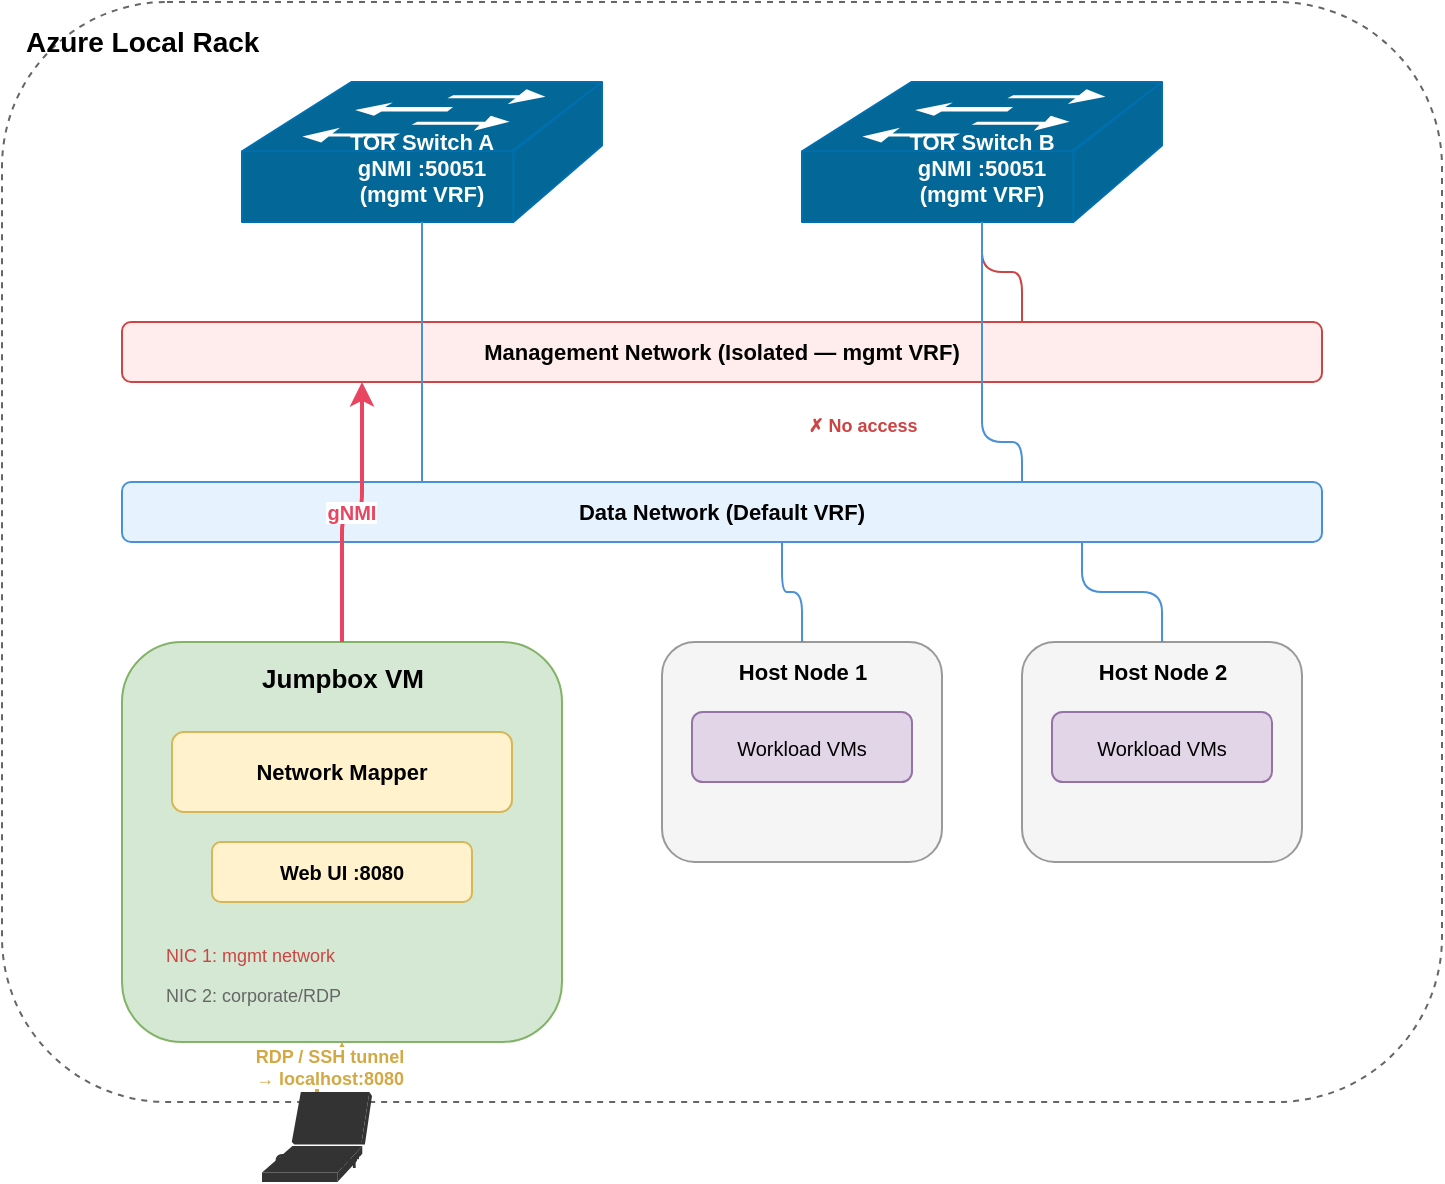
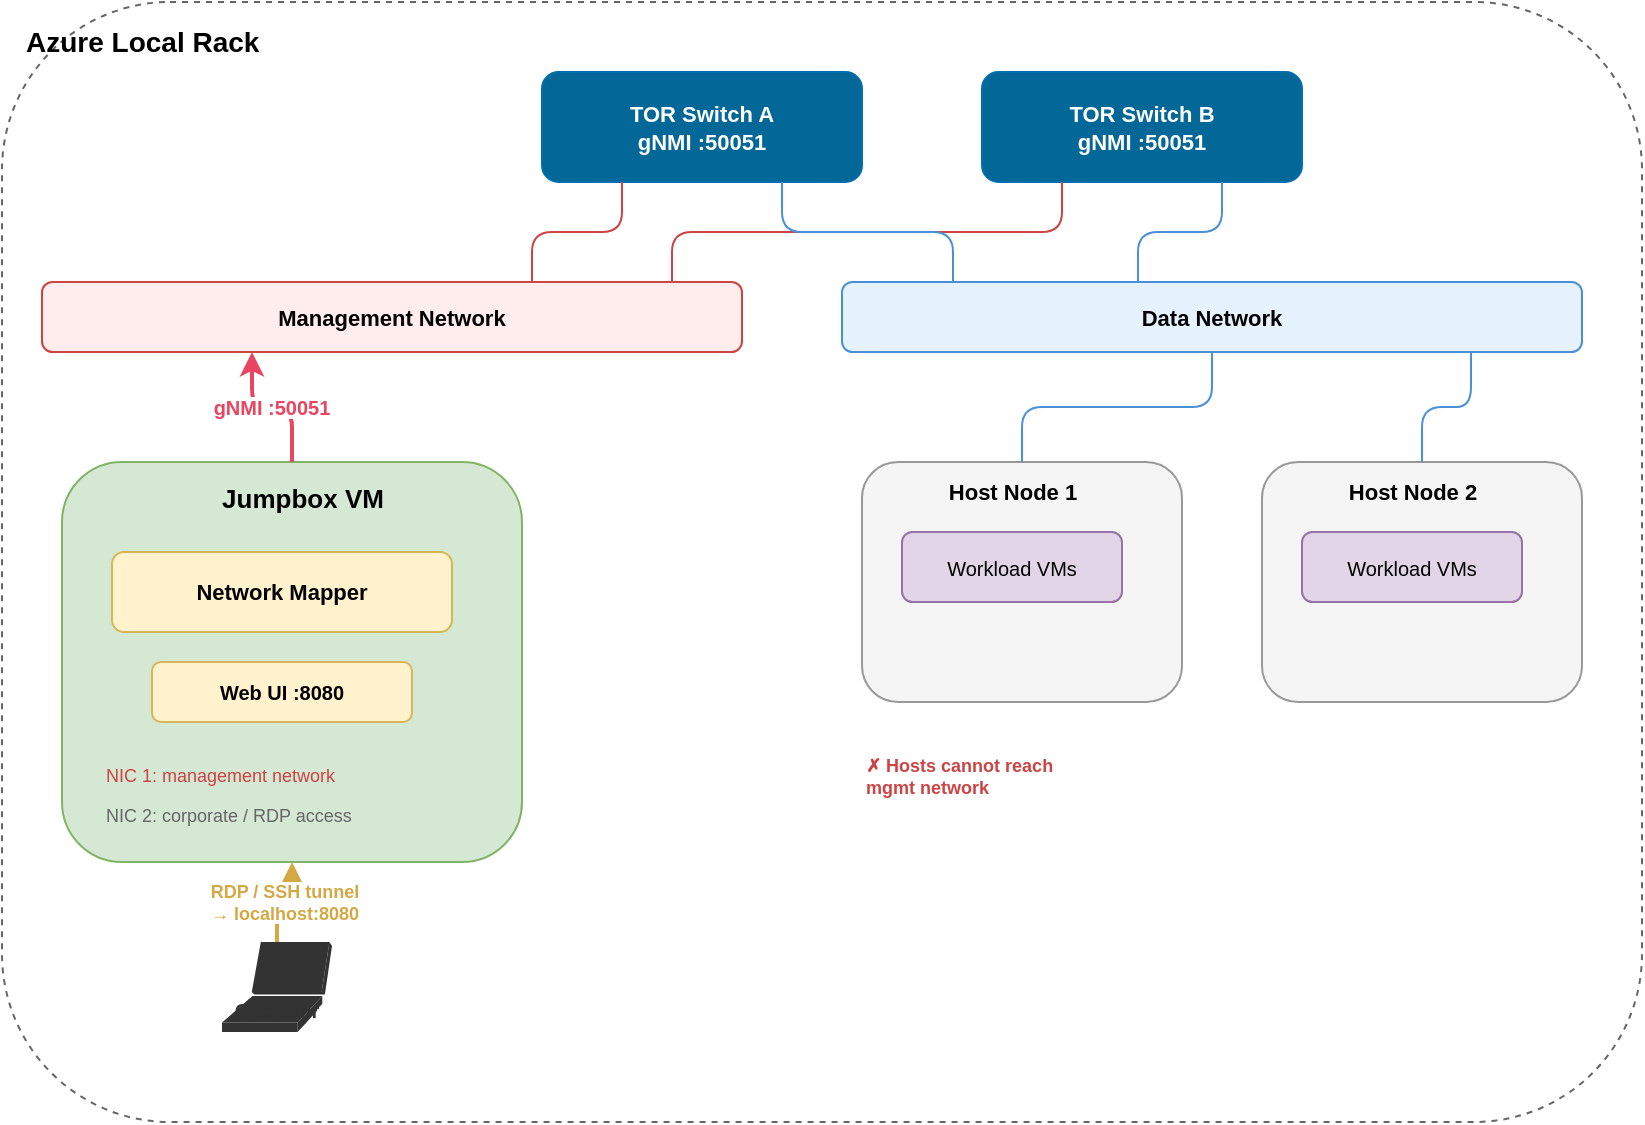
<mxGraphModel>
  <root>
    <mxCell id="0"/>
    <mxCell id="1" parent="0"/>

    <!-- Rack boundary -->
    <mxCell id="2" value="Azure Local Rack" style="rounded=1;whiteSpace=wrap;html=1;fillColor=none;strokeColor=#666666;dashed=1;fontSize=14;fontStyle=1;verticalAlign=top;align=left;spacingLeft=10;spacingTop=5;" vertex="1" parent="1">
-       <mxGeometry x="40" y="30" width="720" height="550" as="geometry"/>
+       <mxGeometry x="40" y="30" width="820" height="560" as="geometry"/>
    </mxCell>

    <!-- TOR Switch A -->
-     <mxCell id="3" value="TOR Switch A&#xa;gNMI :50051&#xa;(mgmt VRF)" style="shape=mxgraph.cisco.switches.workgroup_switch;sketch=0;fillColor=#036897;fontColor=#ffffff;strokeColor=#006EAF;fontSize=11;fontStyle=1;align=center;verticalAlign=bottom;spacingBottom=5;" vertex="1" parent="1">
-       <mxGeometry x="160" y="70" width="180" height="70" as="geometry"/>
+     <mxCell id="3" value="TOR Switch A&#xa;gNMI :50051" style="rounded=1;whiteSpace=wrap;html=1;fillColor=#036897;fontColor=#ffffff;strokeColor=#006EAF;fontSize=11;fontStyle=1;" vertex="1" parent="1">
+       <mxGeometry x="310" y="65" width="160" height="55" as="geometry"/>
    </mxCell>

    <!-- TOR Switch B -->
-     <mxCell id="4" value="TOR Switch B&#xa;gNMI :50051&#xa;(mgmt VRF)" style="shape=mxgraph.cisco.switches.workgroup_switch;sketch=0;fillColor=#036897;fontColor=#ffffff;strokeColor=#006EAF;fontSize=11;fontStyle=1;align=center;verticalAlign=bottom;spacingBottom=5;" vertex="1" parent="1">
-       <mxGeometry x="440" y="70" width="180" height="70" as="geometry"/>
+     <mxCell id="4" value="TOR Switch B&#xa;gNMI :50051" style="rounded=1;whiteSpace=wrap;html=1;fillColor=#036897;fontColor=#ffffff;strokeColor=#006EAF;fontSize=11;fontStyle=1;" vertex="1" parent="1">
+       <mxGeometry x="530" y="65" width="160" height="55" as="geometry"/>
    </mxCell>

-     <!-- Management Network -->
-     <mxCell id="5" value="Management Network (Isolated — mgmt VRF)" style="rounded=1;whiteSpace=wrap;html=1;fillColor=#FFECEC;strokeColor=#CC4444;fontSize=11;fontStyle=1;" vertex="1" parent="1">
-       <mxGeometry x="100" y="190" width="600" height="30" as="geometry"/>
+     <!-- Management Network (left side) -->
+     <mxCell id="5" value="Management Network" style="rounded=1;whiteSpace=wrap;html=1;fillColor=#FFECEC;strokeColor=#CC4444;fontSize=11;fontStyle=1;" vertex="1" parent="1">
+       <mxGeometry x="60" y="170" width="350" height="35" as="geometry"/>
    </mxCell>

-     <!-- Data Network -->
-     <mxCell id="6" value="Data Network (Default VRF)" style="rounded=1;whiteSpace=wrap;html=1;fillColor=#E6F3FF;strokeColor=#4A90D9;fontSize=11;fontStyle=1;" vertex="1" parent="1">
-       <mxGeometry x="100" y="270" width="600" height="30" as="geometry"/>
+     <!-- Data Network (right side) -->
+     <mxCell id="6" value="Data Network" style="rounded=1;whiteSpace=wrap;html=1;fillColor=#E6F3FF;strokeColor=#4A90D9;fontSize=11;fontStyle=1;" vertex="1" parent="1">
+       <mxGeometry x="460" y="170" width="370" height="35" as="geometry"/>
    </mxCell>

-     <!-- Jumpbox VM -->
+     <!-- Jumpbox VM (left, on mgmt network) -->
    <mxCell id="7" value="" style="rounded=1;whiteSpace=wrap;html=1;fillColor=#d5e8d4;strokeColor=#82b366;fontSize=10;" vertex="1" parent="1">
-       <mxGeometry x="100" y="350" width="220" height="200" as="geometry"/>
+       <mxGeometry x="70" y="260" width="230" height="200" as="geometry"/>
    </mxCell>
    <mxCell id="8" value="Jumpbox VM" style="text;html=1;align=center;verticalAlign=middle;fontSize=13;fontStyle=1;" vertex="1" parent="1">
-       <mxGeometry x="150" y="355" width="120" height="25" as="geometry"/>
+       <mxGeometry x="130" y="265" width="120" height="25" as="geometry"/>
    </mxCell>

    <!-- Network Mapper process -->
    <mxCell id="9" value="Network Mapper" style="rounded=1;whiteSpace=wrap;html=1;fillColor=#fff2cc;strokeColor=#d6b656;fontSize=11;fontStyle=1;" vertex="1" parent="1">
-       <mxGeometry x="125" y="395" width="170" height="40" as="geometry"/>
+       <mxGeometry x="95" y="305" width="170" height="40" as="geometry"/>
    </mxCell>

    <!-- Web UI -->
    <mxCell id="10" value="Web UI :8080" style="rounded=1;whiteSpace=wrap;html=1;fillColor=#fff2cc;strokeColor=#d6b656;fontSize=10;fontStyle=1;" vertex="1" parent="1">
-       <mxGeometry x="145" y="450" width="130" height="30" as="geometry"/>
+       <mxGeometry x="115" y="360" width="130" height="30" as="geometry"/>
    </mxCell>

    <!-- NIC labels on jumpbox -->
-     <mxCell id="11" value="NIC 1: mgmt network" style="text;html=1;align=left;fontSize=9;fontColor=#CC4444;" vertex="1" parent="1">
-       <mxGeometry x="120" y="495" width="130" height="15" as="geometry"/>
+     <mxCell id="11" value="NIC 1: management network" style="text;html=1;align=left;fontSize=9;fontColor=#CC4444;" vertex="1" parent="1">
+       <mxGeometry x="90" y="405" width="160" height="15" as="geometry"/>
    </mxCell>
-     <mxCell id="12" value="NIC 2: corporate/RDP" style="text;html=1;align=left;fontSize=9;fontColor=#666666;" vertex="1" parent="1">
-       <mxGeometry x="120" y="515" width="130" height="15" as="geometry"/>
+     <mxCell id="12" value="NIC 2: corporate / RDP access" style="text;html=1;align=left;fontSize=9;fontColor=#666666;" vertex="1" parent="1">
+       <mxGeometry x="90" y="425" width="170" height="15" as="geometry"/>
    </mxCell>

-     <!-- Host Nodes (on data network only) -->
+     <!-- Host Nodes (right, on data network) -->
    <mxCell id="13" value="" style="rounded=1;whiteSpace=wrap;html=1;fillColor=#f5f5f5;strokeColor=#999999;fontSize=10;" vertex="1" parent="1">
-       <mxGeometry x="370" y="350" width="140" height="110" as="geometry"/>
+       <mxGeometry x="470" y="260" width="160" height="120" as="geometry"/>
    </mxCell>
    <mxCell id="14" value="Host Node 1" style="text;html=1;align=center;verticalAlign=middle;fontSize=11;fontStyle=1;" vertex="1" parent="1">
-       <mxGeometry x="380" y="355" width="120" height="20" as="geometry"/>
+       <mxGeometry x="480" y="265" width="130" height="20" as="geometry"/>
    </mxCell>
    <mxCell id="15" value="Workload VMs" style="rounded=1;whiteSpace=wrap;html=1;fillColor=#e1d5e7;strokeColor=#9673a6;fontSize=10;" vertex="1" parent="1">
-       <mxGeometry x="385" y="385" width="110" height="35" as="geometry"/>
+       <mxGeometry x="490" y="295" width="110" height="35" as="geometry"/>
    </mxCell>

    <mxCell id="16" value="" style="rounded=1;whiteSpace=wrap;html=1;fillColor=#f5f5f5;strokeColor=#999999;fontSize=10;" vertex="1" parent="1">
-       <mxGeometry x="550" y="350" width="140" height="110" as="geometry"/>
+       <mxGeometry x="670" y="260" width="160" height="120" as="geometry"/>
    </mxCell>
    <mxCell id="17" value="Host Node 2" style="text;html=1;align=center;verticalAlign=middle;fontSize=11;fontStyle=1;" vertex="1" parent="1">
-       <mxGeometry x="560" y="355" width="120" height="20" as="geometry"/>
+       <mxGeometry x="680" y="265" width="130" height="20" as="geometry"/>
    </mxCell>
    <mxCell id="18" value="Workload VMs" style="rounded=1;whiteSpace=wrap;html=1;fillColor=#e1d5e7;strokeColor=#9673a6;fontSize=10;" vertex="1" parent="1">
-       <mxGeometry x="565" y="385" width="110" height="35" as="geometry"/>
+       <mxGeometry x="690" y="295" width="110" height="35" as="geometry"/>
    </mxCell>

-     <!-- Switches to mgmt network -->
-     <mxCell id="19" value="" style="edgeStyle=orthogonalEdgeStyle;rounded=1;strokeColor=#CC4444;strokeWidth=1;exitX=0.5;exitY=1;entryX=0.25;entryY=0;endArrow=none;" edge="1" parent="1" source="3" target="5">
+     <!-- Switch A to mgmt network -->
+     <mxCell id="19" value="" style="edgeStyle=orthogonalEdgeStyle;rounded=1;strokeColor=#CC4444;strokeWidth=1;exitX=0.25;exitY=1;entryX=0.7;entryY=0;endArrow=none;" edge="1" parent="1" source="3" target="5">
      <mxGeometry relative="1" as="geometry"/>
    </mxCell>
-     <mxCell id="20" value="" style="edgeStyle=orthogonalEdgeStyle;rounded=1;strokeColor=#CC4444;strokeWidth=1;exitX=0.5;exitY=1;entryX=0.75;entryY=0;endArrow=none;" edge="1" parent="1" source="4" target="5">
+     <!-- Switch B to mgmt network -->
+     <mxCell id="20" value="" style="edgeStyle=orthogonalEdgeStyle;rounded=1;strokeColor=#CC4444;strokeWidth=1;exitX=0.25;exitY=1;entryX=0.9;entryY=0;endArrow=none;" edge="1" parent="1" source="4" target="5">
      <mxGeometry relative="1" as="geometry"/>
    </mxCell>

-     <!-- Switches to data network -->
-     <mxCell id="21" value="" style="edgeStyle=orthogonalEdgeStyle;rounded=1;strokeColor=#4A90D9;strokeWidth=1;exitX=0.5;exitY=1;entryX=0.25;entryY=0;endArrow=none;" edge="1" parent="1" source="3" target="6">
-       <mxGeometry relative="1" as="geometry">
-         <Array as="points">
-           <mxPoint x="250" y="250"/>
-           <mxPoint x="250" y="250"/>
-         </Array>
-       </mxGeometry>
+     <!-- Switch A to data network -->
+     <mxCell id="21" value="" style="edgeStyle=orthogonalEdgeStyle;rounded=1;strokeColor=#4A90D9;strokeWidth=1;exitX=0.75;exitY=1;entryX=0.15;entryY=0;endArrow=none;" edge="1" parent="1" source="3" target="6">
+       <mxGeometry relative="1" as="geometry"/>
    </mxCell>
-     <mxCell id="22" value="" style="edgeStyle=orthogonalEdgeStyle;rounded=1;strokeColor=#4A90D9;strokeWidth=1;exitX=0.5;exitY=1;entryX=0.75;entryY=0;endArrow=none;" edge="1" parent="1" source="4" target="6">
-       <mxGeometry relative="1" as="geometry">
-         <Array as="points">
-           <mxPoint x="530" y="250"/>
-           <mxPoint x="550" y="250"/>
-         </Array>
-       </mxGeometry>
+     <!-- Switch B to data network -->
+     <mxCell id="22" value="" style="edgeStyle=orthogonalEdgeStyle;rounded=1;strokeColor=#4A90D9;strokeWidth=1;exitX=0.75;exitY=1;entryX=0.4;entryY=0;endArrow=none;" edge="1" parent="1" source="4" target="6">
+       <mxGeometry relative="1" as="geometry"/>
    </mxCell>

-     <!-- Jumpbox to mgmt network -->
-     <mxCell id="23" value="gNMI" style="edgeStyle=orthogonalEdgeStyle;rounded=1;strokeColor=#E94560;strokeWidth=2;fontSize=10;fontStyle=1;fontColor=#E94560;exitX=0.5;exitY=0;entryX=0.2;entryY=1;endArrow=classic;" edge="1" parent="1" source="7" target="5">
+     <!-- Jumpbox to mgmt network (gNMI) -->
+     <mxCell id="23" value="gNMI :50051" style="edgeStyle=orthogonalEdgeStyle;rounded=1;strokeColor=#E94560;strokeWidth=2;fontSize=10;fontStyle=1;fontColor=#E94560;exitX=0.5;exitY=0;entryX=0.3;entryY=1;endArrow=classic;" edge="1" parent="1" source="7" target="5">
      <mxGeometry relative="1" as="geometry"/>
    </mxCell>

    <!-- Hosts to data network -->
-     <mxCell id="24" value="" style="edgeStyle=orthogonalEdgeStyle;rounded=1;strokeColor=#4A90D9;strokeWidth=1;exitX=0.5;exitY=0;entryX=0.55;entryY=1;endArrow=none;" edge="1" parent="1" source="13" target="6">
+     <mxCell id="24" value="" style="edgeStyle=orthogonalEdgeStyle;rounded=1;strokeColor=#4A90D9;strokeWidth=1;exitX=0.5;exitY=0;entryX=0.5;entryY=1;endArrow=none;" edge="1" parent="1" source="13" target="6">
      <mxGeometry relative="1" as="geometry"/>
    </mxCell>
-     <mxCell id="25" value="" style="edgeStyle=orthogonalEdgeStyle;rounded=1;strokeColor=#4A90D9;strokeWidth=1;exitX=0.5;exitY=0;entryX=0.8;entryY=1;endArrow=none;" edge="1" parent="1" source="16" target="6">
+     <mxCell id="25" value="" style="edgeStyle=orthogonalEdgeStyle;rounded=1;strokeColor=#4A90D9;strokeWidth=1;exitX=0.5;exitY=0;entryX=0.85;entryY=1;endArrow=none;" edge="1" parent="1" source="16" target="6">
      <mxGeometry relative="1" as="geometry"/>
    </mxCell>

    <!-- No connection indicator between hosts and mgmt -->
-     <mxCell id="26" value="✗ No access" style="text;html=1;align=center;fontSize=9;fontColor=#CC4444;fontStyle=1;" vertex="1" parent="1">
-       <mxGeometry x="430" y="230" width="80" height="15" as="geometry"/>
+     <mxCell id="26" value="✗ Hosts cannot reach&#xa;   mgmt network" style="text;html=1;align=left;fontSize=9;fontColor=#CC4444;fontStyle=1;" vertex="1" parent="1">
+       <mxGeometry x="470" y="400" width="140" height="30" as="geometry"/>
    </mxCell>

    <!-- Operator -->
    <mxCell id="27" value="Operator" style="shape=mxgraph.cisco.computers_and_peripherals.laptop;sketch=0;fillColor=#333333;fontColor=#333333;strokeColor=none;fontSize=10;fontStyle=1;verticalAlign=bottom;spacingBottom=2;" vertex="1" parent="1">
-       <mxGeometry x="170" y="575" width="55" height="45" as="geometry"/>
+       <mxGeometry x="150" y="500" width="55" height="45" as="geometry"/>
    </mxCell>

    <!-- RDP/SSH arrow -->
    <mxCell id="28" value="RDP / SSH tunnel&#xa;→ localhost:8080" style="edgeStyle=orthogonalEdgeStyle;rounded=1;strokeColor=#D4A843;strokeWidth=2;fontSize=9;fontStyle=1;fontColor=#D4A843;exitX=0.5;exitY=0;entryX=0.5;entryY=1;endArrow=classic;" edge="1" parent="1" source="27" target="7">
      <mxGeometry relative="1" as="geometry"/>
    </mxCell>

  </root>
</mxGraphModel>